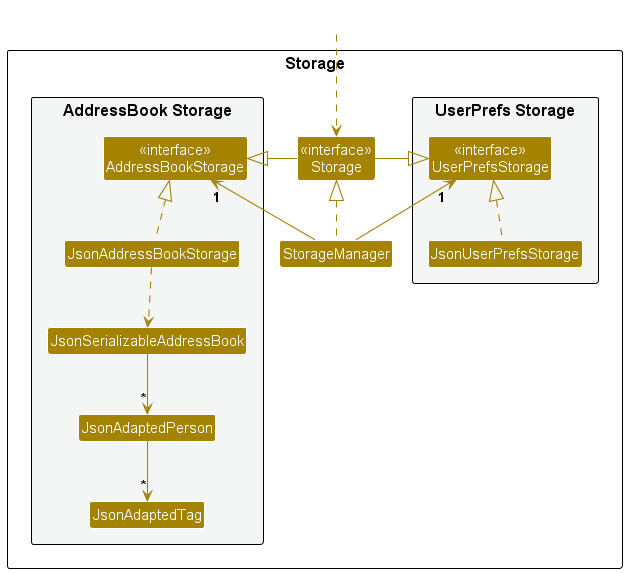
Earlier version of the PlantUML export docs/images/StorageClassDiagram.png (nus-cs2103-AY2425S1/tp).
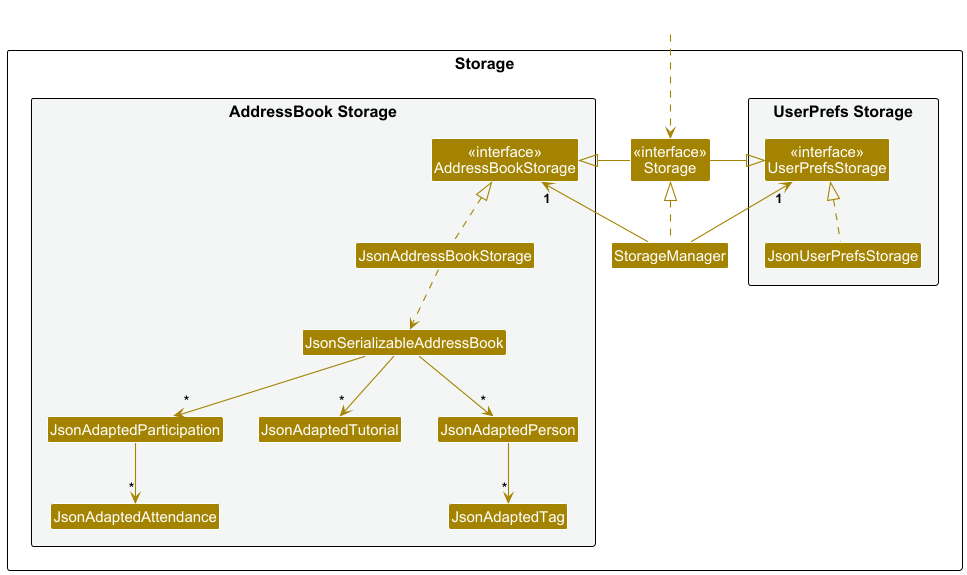
Above is the later version.

Commit message:
Add storage implementation

What changed in the source:
```diff
@@ -18,6 +18,9 @@
 Class "<<interface>>\nAddressBookStorage" as AddressBookStorage
 Class JsonAddressBookStorage
 Class JsonSerializableAddressBook
+Class JsonAdaptedParticipation
+Class JsonAdaptedAttendance
+Class JsonAdaptedTutorial
 Class JsonAdaptedPerson
 Class JsonAdaptedTag
 }
@@ -39,5 +42,8 @@
 JsonAddressBookStorage ..> JsonSerializableAddressBook
 JsonSerializableAddressBook --> "*" JsonAdaptedPerson
 JsonAdaptedPerson --> "*" JsonAdaptedTag
+JsonSerializableAddressBook --> "*" JsonAdaptedTutorial
+JsonSerializableAddressBook --> "*" JsonAdaptedParticipation
+JsonAdaptedParticipation --> "*" JsonAdaptedAttendance
 
 @enduml
```
